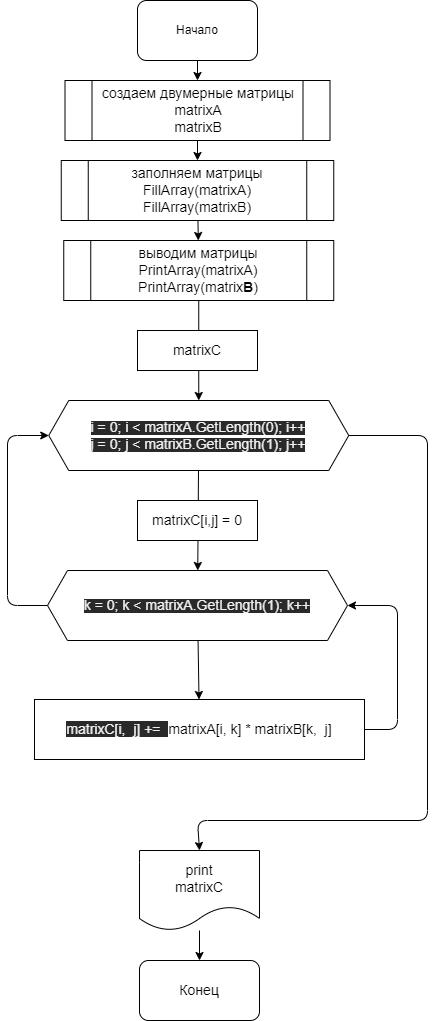
Before: HWork8/Task58/diagram.dravio.png, a diagram exported from draw.io (VladimirVicPar/qwerty1). Source tidied: cells renumbered, new cells last; positions are measured from the earlier drawing's top-left corner, leaving out a move shared by most shapes. The source it was exported from:
```xml
<mxGraphModel>
  <root>
    <mxCell id="0" />
    <mxCell id="1" parent="0" />
    <mxCell id="2" style="edgeStyle=none;html=1;" parent="1" edge="1" source="3" target="5">
      <mxGeometry relative="1" as="geometry" />
    </mxCell>
    <mxCell id="3" value="Начало" style="rounded=1;whiteSpace=wrap;html=1;" parent="1" vertex="1">
      <mxGeometry x="130" width="120" height="60" as="geometry" />
    </mxCell>
    <mxCell id="4" style="edgeStyle=none;html=1;" parent="1" edge="1" source="5" target="7">
      <mxGeometry relative="1" as="geometry" />
    </mxCell>
    <mxCell id="5" value="создаем двумерные матрицы&lt;br&gt;matrixA&lt;br&gt;matrixB" style="shape=process;whiteSpace=wrap;html=1;backgroundOutline=1;fontSize=14;" parent="1" vertex="1">
      <mxGeometry x="57.5" y="80" width="265" height="60" as="geometry" />
    </mxCell>
    <mxCell id="6" style="edgeStyle=none;html=1;" parent="1" edge="1" source="7" target="9">
      <mxGeometry relative="1" as="geometry" />
    </mxCell>
    <mxCell id="7" value="заполняем матрицы&lt;br&gt;FillArray(matrixA)&lt;br&gt;FillArray(matrixB)" style="shape=process;whiteSpace=wrap;html=1;backgroundOutline=1;fontSize=14;" parent="1" vertex="1">
      <mxGeometry x="53.8" y="160" width="272.5" height="60" as="geometry" />
    </mxCell>
    <mxCell id="8" style="edgeStyle=none;html=1;" parent="1" edge="1" source="9" target="12">
      <mxGeometry relative="1" as="geometry" />
    </mxCell>
    <mxCell id="9" value="выводим матрицы&lt;br&gt;PrintArray(matrixA)&lt;br&gt;PrintArray(matrix&lt;b&gt;B&lt;/b&gt;)" style="shape=process;whiteSpace=wrap;html=1;backgroundOutline=1;rounded=0;fontFamily=Helvetica;fontSize=14;fontColor=default;fillColor=none;gradientColor=none;" parent="1" vertex="1">
      <mxGeometry x="56.2" y="240" width="270" height="60" as="geometry" />
    </mxCell>
    <mxCell id="10" style="edgeStyle=none;html=1;" parent="1" edge="1" source="12" target="17">
      <mxGeometry relative="1" as="geometry" />
    </mxCell>
    <mxCell id="11" style="edgeStyle=none;html=1;exitX=1;exitY=0.5;exitDx=0;exitDy=0;entryX=0.5;entryY=0;entryDx=0;entryDy=0;" parent="1" edge="1" source="12" target="21">
      <mxGeometry relative="1" as="geometry">
        <Array as="points">
          <mxPoint x="420" y="435" />
          <mxPoint x="420" y="820" />
          <mxPoint x="190" y="820" />
        </Array>
      </mxGeometry>
    </mxCell>
    <mxCell id="12" value="&lt;span style=&quot;color: rgb(240 , 240 , 240) ; font-family: &amp;#34;helvetica&amp;#34; ; font-style: normal ; font-weight: 400 ; letter-spacing: normal ; text-align: center ; text-indent: 0px ; text-transform: none ; word-spacing: 0px ; background-color: rgb(42 , 42 , 42) ; display: inline ; float: none&quot;&gt;&lt;font style=&quot;font-size: 14px&quot;&gt;&lt;br&gt;i = 0; i &amp;lt; matrixA.GetLength(0); i++&lt;br&gt;j = 0; j &amp;lt; matrixB.GetLength(1); j++&lt;br&gt;&lt;br&gt;&lt;/font&gt;&lt;/span&gt;" style="shape=hexagon;perimeter=hexagonPerimeter2;whiteSpace=wrap;html=1;fixedSize=1;" parent="1" vertex="1">
      <mxGeometry x="41.2" y="400" width="300" height="70" as="geometry" />
    </mxCell>
    <mxCell id="13" value="&lt;font style=&quot;font-size: 14px&quot;&gt;matrixC&lt;/font&gt;" style="rounded=0;whiteSpace=wrap;html=1;" parent="1" vertex="1">
      <mxGeometry x="130" y="330" width="120" height="40" as="geometry" />
    </mxCell>
    <mxCell id="14" value="&lt;font style=&quot;font-size: 14px&quot;&gt;matrixC[i,j] = 0&lt;/font&gt;" style="rounded=0;whiteSpace=wrap;html=1;" parent="1" vertex="1">
      <mxGeometry x="130" y="500" width="120" height="40" as="geometry" />
    </mxCell>
    <mxCell id="15" style="edgeStyle=none;html=1;" parent="1" edge="1" source="17" target="19">
      <mxGeometry relative="1" as="geometry" />
    </mxCell>
    <mxCell id="16" style="edgeStyle=none;html=1;exitX=0;exitY=0.5;exitDx=0;exitDy=0;entryX=0;entryY=0.5;entryDx=0;entryDy=0;" parent="1" edge="1" source="17" target="12">
      <mxGeometry relative="1" as="geometry">
        <Array as="points">
          <mxPoint y="605" />
          <mxPoint y="435" />
        </Array>
      </mxGeometry>
    </mxCell>
    <mxCell id="17" value="&lt;span style=&quot;color: rgb(240 , 240 , 240) ; font-family: &amp;#34;helvetica&amp;#34; ; font-style: normal ; font-weight: 400 ; letter-spacing: normal ; text-align: center ; text-indent: 0px ; text-transform: none ; word-spacing: 0px ; background-color: rgb(42 , 42 , 42) ; display: inline ; float: none&quot;&gt;&lt;font style=&quot;font-size: 14px&quot;&gt;&lt;br&gt;k = 0; k &amp;lt; matrixA.GetLength(1); k++&lt;br&gt;&lt;br&gt;&lt;/font&gt;&lt;/span&gt;" style="shape=hexagon;perimeter=hexagonPerimeter2;whiteSpace=wrap;html=1;fixedSize=1;" parent="1" vertex="1">
      <mxGeometry x="40" y="570" width="300" height="70" as="geometry" />
    </mxCell>
    <mxCell id="18" style="edgeStyle=none;html=1;exitX=1;exitY=0.5;exitDx=0;exitDy=0;entryX=1;entryY=0.5;entryDx=0;entryDy=0;" parent="1" edge="1" source="19" target="17">
      <mxGeometry relative="1" as="geometry">
        <Array as="points">
          <mxPoint x="390" y="729" />
          <mxPoint x="390" y="605" />
        </Array>
      </mxGeometry>
    </mxCell>
    <mxCell id="19" value="&lt;font style=&quot;font-size: 14px&quot;&gt;&lt;span style=&quot;color: rgb(240 , 240 , 240) ; font-family: &amp;#34;helvetica&amp;#34; ; font-style: normal ; font-weight: 400 ; letter-spacing: normal ; text-align: center ; text-indent: 0px ; text-transform: none ; word-spacing: 0px ; background-color: rgb(42 , 42 , 42) ; display: inline ; float: none&quot;&gt;matrixC[i,&amp;nbsp; j] +=&amp;nbsp;&amp;nbsp;&lt;/span&gt;&lt;span style=&quot;font-family: &amp;#34;helvetica&amp;#34;&quot;&gt;matrixA[i, k] *&amp;nbsp;&lt;/span&gt;&lt;span style=&quot;font-family: &amp;#34;helvetica&amp;#34;&quot;&gt;matrixB[k,&amp;nbsp; j]&lt;/span&gt;&lt;/font&gt;" style="rounded=0;whiteSpace=wrap;html=1;" parent="1" vertex="1">
      <mxGeometry x="27" y="699" width="330" height="60" as="geometry" />
    </mxCell>
    <mxCell id="20" style="edgeStyle=none;html=1;" parent="1" edge="1" source="21" target="22">
      <mxGeometry relative="1" as="geometry" />
    </mxCell>
    <mxCell id="21" value="&lt;font style=&quot;font-size: 14px&quot;&gt;print&lt;br&gt;matrixC&lt;/font&gt;" style="shape=document;whiteSpace=wrap;html=1;boundedLbl=1;" parent="1" vertex="1">
      <mxGeometry x="132" y="850" width="120" height="80" as="geometry" />
    </mxCell>
    <mxCell id="22" value="&lt;font style=&quot;font-size: 14px&quot;&gt;Конец&lt;/font&gt;" style="rounded=1;whiteSpace=wrap;html=1;" parent="1" vertex="1">
      <mxGeometry x="132" y="960" width="120" height="60" as="geometry" />
    </mxCell>
  </root>
</mxGraphModel>
```
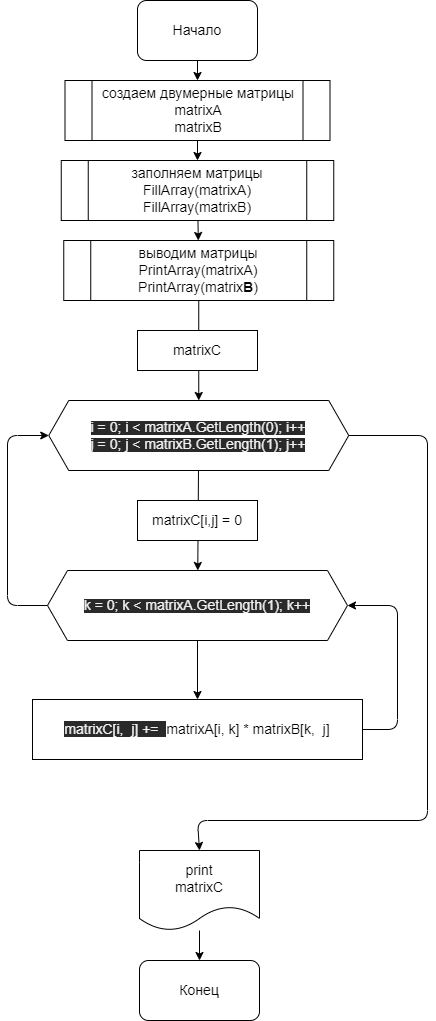
After the change.

Commit message:
Commite Task58

Change to the diagram source:
```diff
@@ -5,7 +5,7 @@
     <mxCell id="2" style="edgeStyle=none;html=1;" parent="1" edge="1" source="3" target="5">
       <mxGeometry relative="1" as="geometry" />
     </mxCell>
-    <mxCell id="3" value="Начало" style="rounded=1;whiteSpace=wrap;html=1;" parent="1" vertex="1">
+    <mxCell id="3" value="&lt;font style=&quot;font-size: 14px&quot;&gt;Начало&lt;/font&gt;" style="rounded=1;whiteSpace=wrap;html=1;" parent="1" vertex="1">
       <mxGeometry x="130" width="120" height="60" as="geometry" />
     </mxCell>
     <mxCell id="4" style="edgeStyle=none;html=1;" parent="1" edge="1" source="5" target="7">
@@ -70,7 +70,7 @@
       </mxGeometry>
     </mxCell>
     <mxCell id="19" value="&lt;font style=&quot;font-size: 14px&quot;&gt;&lt;span style=&quot;color: rgb(240 , 240 , 240) ; font-family: &amp;#34;helvetica&amp;#34; ; font-style: normal ; font-weight: 400 ; letter-spacing: normal ; text-align: center ; text-indent: 0px ; text-transform: none ; word-spacing: 0px ; background-color: rgb(42 , 42 , 42) ; display: inline ; float: none&quot;&gt;matrixC[i,&amp;nbsp; j] +=&amp;nbsp;&amp;nbsp;&lt;/span&gt;&lt;span style=&quot;font-family: &amp;#34;helvetica&amp;#34;&quot;&gt;matrixA[i, k] *&amp;nbsp;&lt;/span&gt;&lt;span style=&quot;font-family: &amp;#34;helvetica&amp;#34;&quot;&gt;matrixB[k,&amp;nbsp; j]&lt;/span&gt;&lt;/font&gt;" style="rounded=0;whiteSpace=wrap;html=1;" parent="1" vertex="1">
-      <mxGeometry x="27" y="699" width="330" height="60" as="geometry" />
+      <mxGeometry x="25" y="699" width="330" height="60" as="geometry" />
     </mxCell>
     <mxCell id="20" style="edgeStyle=none;html=1;" parent="1" edge="1" source="21" target="22">
       <mxGeometry relative="1" as="geometry" />
```
